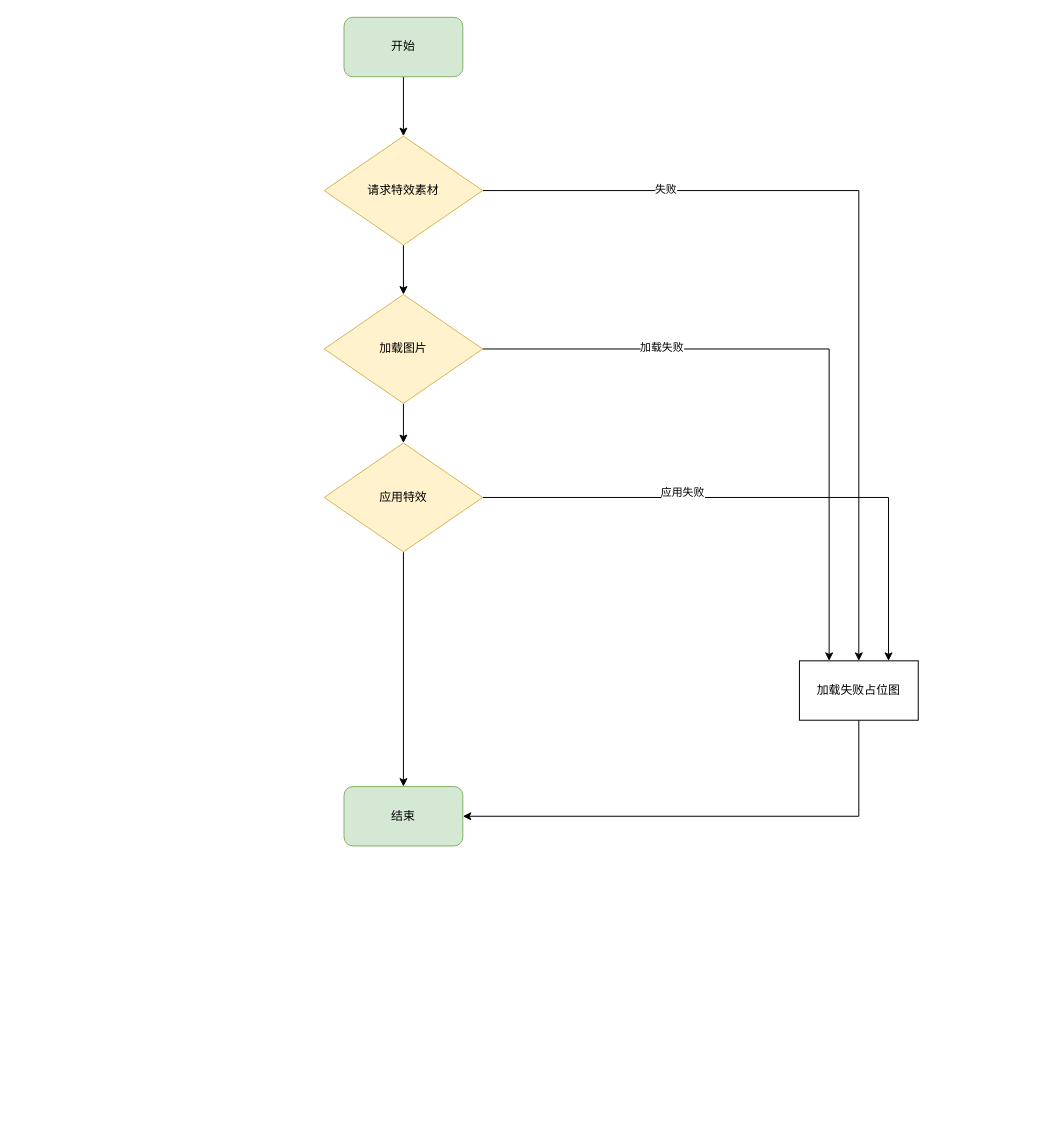
TNT-Likely/diagrams keeps this draw.io diagram as worker/图片特效实时预览.drawio. Above is the earlier version. Source tidied: cells renumbered, new cells numbered last; positions are measured from the earlier drawing's top-left corner, leaving out a move shared by most shapes. Both pictures are drawn from the tidied source at 99%, with x=0, y=0 at pixel (324, 17).
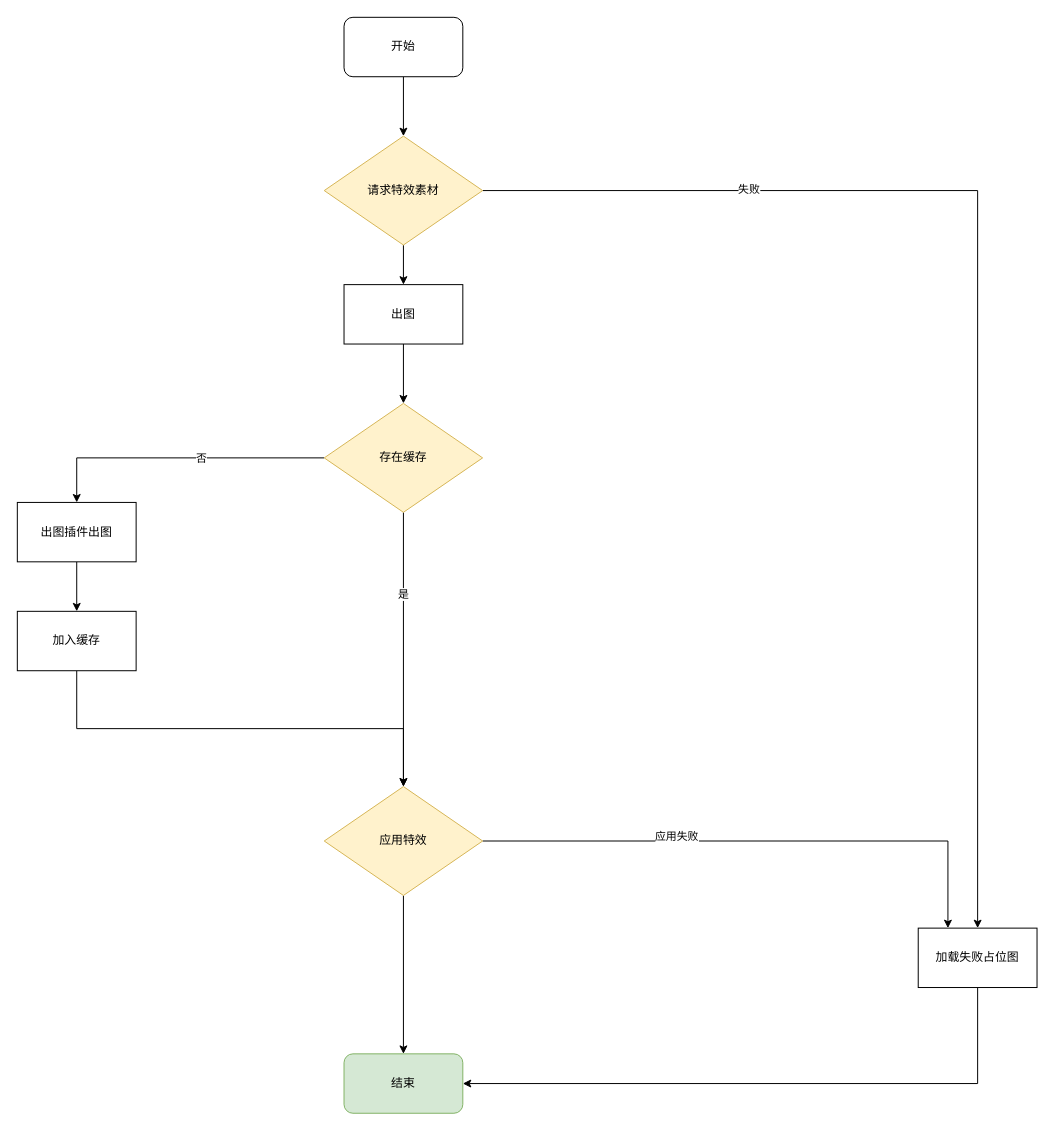
The same page after the edit.

Commit message:
更新图片特效实时预览.drawio

The change refers to these unchanged cells:
```xml
<mxCell id="7" value="请求特效素材" style="rhombus;whiteSpace=wrap;html=1;fillColor=#fff2cc;strokeColor=#d6b656;" parent="1" vertex="1">
  <mxGeometry y="120" width="160" height="110" as="geometry" />
</mxCell>
```

What changed in the source:
```diff
@@
-    <mxCell id="3" value="开始" style="rounded=1;whiteSpace=wrap;html=1;fillColor=#d5e8d4;strokeColor=#82b366;" parent="1" vertex="1">
+    <mxCell id="3" value="开始" style="rounded=1;whiteSpace=wrap;html=1;" parent="1" vertex="1">
       <mxGeometry x="20" width="120" height="60" as="geometry" />
     </mxCell>
@@
-    <mxCell id="6" style="edgeStyle=orthogonalEdgeStyle;rounded=0;jettySize=auto;html=1;exitX=0.5;exitY=1;exitDx=0;exitDy=0;entryX=0.5;entryY=0;entryDx=0;entryDy=0;" parent="1" edge="1" source="7" target="13">
-      <mxGeometry relative="1" as="geometry" />
-    </mxCell>
+    <mxCell id="19" style="edgeStyle=orthogonalEdgeStyle;rounded=0;jettySize=auto;html=1;exitX=0.5;exitY=1;exitDx=0;exitDy=0;entryX=0.5;entryY=0;entryDx=0;entryDy=0;" parent="1" edge="1" source="7" target="21">
+      <mxGeometry relative="1" as="geometry" />
+    </mxCell>
@@
     <mxCell id="9" value="加载失败占位图" style="rounded=0;whiteSpace=wrap;html=1;" parent="1" vertex="1">
-      <mxGeometry x="480" y="650" width="120" height="60" as="geometry" />
+      <mxGeometry x="600" y="920" width="120" height="60" as="geometry" />
     </mxCell>
-    <mxCell id="10" style="edgeStyle=orthogonalEdgeStyle;rounded=0;jettySize=auto;html=1;exitX=1;exitY=0.5;exitDx=0;exitDy=0;entryX=0.25;entryY=0;entryDx=0;entryDy=0;" parent="1" edge="1" source="13" target="9">
-      <mxGeometry relative="1" as="geometry" />
-    </mxCell>
-    <mxCell id="11" value="加载失败" style="edgeLabel;html=1;align=center;verticalAlign=middle;" parent="10" vertex="1">
-      <mxGeometry x="-0.46" y="2" relative="1" as="geometry" />
-    </mxCell>
-    <mxCell id="12" style="edgeStyle=orthogonalEdgeStyle;rounded=0;jettySize=auto;html=1;exitX=0.5;exitY=1;exitDx=0;exitDy=0;entryX=0.5;entryY=0;entryDx=0;entryDy=0;" parent="1" edge="1" source="13" target="17">
-      <mxGeometry relative="1" as="geometry" />
-    </mxCell>
-    <mxCell id="13" value="加载图片" style="rhombus;whiteSpace=wrap;html=1;fillColor=#fff2cc;strokeColor=#d6b656;" parent="1" vertex="1">
-      <mxGeometry y="280" width="160" height="110" as="geometry" />
-    </mxCell>
-    <mxCell id="14" style="edgeStyle=orthogonalEdgeStyle;rounded=0;jettySize=auto;html=1;exitX=1;exitY=0.5;exitDx=0;exitDy=0;entryX=0.75;entryY=0;entryDx=0;entryDy=0;" parent="1" edge="1" source="17" target="9">
-      <mxGeometry relative="1" as="geometry" />
+    <mxCell id="14" style="edgeStyle=orthogonalEdgeStyle;rounded=0;jettySize=auto;html=1;exitX=1;exitY=0.5;exitDx=0;exitDy=0;entryX=0.25;entryY=0;entryDx=0;entryDy=0;" parent="1" edge="1" source="17" target="9">
+      <mxGeometry relative="1" as="geometry">
+        <Array as="points">
+          <mxPoint x="630" y="832" />
+        </Array>
+      </mxGeometry>
     </mxCell>
@@
     <mxCell id="17" value="应用特效" style="rhombus;whiteSpace=wrap;html=1;fillColor=#fff2cc;strokeColor=#d6b656;" parent="1" vertex="1">
-      <mxGeometry y="430" width="160" height="110" as="geometry" />
+      <mxGeometry y="777" width="160" height="110" as="geometry" />
     </mxCell>
     <mxCell id="18" value="结束" style="rounded=1;whiteSpace=wrap;html=1;fillColor=#d5e8d4;strokeColor=#82b366;" parent="1" vertex="1">
-      <mxGeometry x="20" y="777" width="120" height="60" as="geometry" />
+      <mxGeometry x="20" y="1047" width="120" height="60" as="geometry" />
     </mxCell>
+    <mxCell id="20" style="edgeStyle=orthogonalEdgeStyle;rounded=0;jettySize=auto;html=1;exitX=0.5;exitY=1;exitDx=0;exitDy=0;entryX=0.5;entryY=0;entryDx=0;entryDy=0;" parent="1" edge="1" source="21" target="26">
+      <mxGeometry relative="1" as="geometry" />
+    </mxCell>
+    <mxCell id="21" value="出图" style="rounded=0;whiteSpace=wrap;html=1;" parent="1" vertex="1">
+      <mxGeometry x="20" y="270" width="120" height="60" as="geometry" />
+    </mxCell>
+    <mxCell id="22" style="edgeStyle=orthogonalEdgeStyle;rounded=0;jettySize=auto;html=1;exitX=0;exitY=0.5;exitDx=0;exitDy=0;entryX=0.5;entryY=0;entryDx=0;entryDy=0;" parent="1" edge="1" source="26" target="28">
+      <mxGeometry relative="1" as="geometry" />
+    </mxCell>
+    <mxCell id="23" value="否" style="edgeLabel;html=1;align=center;verticalAlign=middle;" parent="22" vertex="1">
+      <mxGeometry x="-0.15" relative="1" as="geometry" />
+    </mxCell>
+    <mxCell id="24" style="edgeStyle=orthogonalEdgeStyle;rounded=0;jettySize=auto;html=1;exitX=0.5;exitY=1;exitDx=0;exitDy=0;entryX=0.5;entryY=0;entryDx=0;entryDy=0;" parent="1" edge="1" source="26" target="17">
+      <mxGeometry relative="1" as="geometry" />
+    </mxCell>
+    <mxCell id="25" value="是" style="edgeLabel;html=1;align=center;verticalAlign=middle;" parent="24" vertex="1">
+      <mxGeometry x="-0.41" y="-1" relative="1" as="geometry" />
+    </mxCell>
+    <mxCell id="26" value="存在缓存" style="rhombus;whiteSpace=wrap;html=1;fillColor=#fff2cc;strokeColor=#d6b656;" parent="1" vertex="1">
+      <mxGeometry y="390" width="160" height="110" as="geometry" />
+    </mxCell>
+    <mxCell id="27" style="edgeStyle=orthogonalEdgeStyle;rounded=0;jettySize=auto;html=1;exitX=0.5;exitY=1;exitDx=0;exitDy=0;entryX=0.5;entryY=0;entryDx=0;entryDy=0;" parent="1" edge="1" source="28" target="30">
+      <mxGeometry relative="1" as="geometry" />
+    </mxCell>
+    <mxCell id="28" value="出图插件出图" style="rounded=0;whiteSpace=wrap;html=1;" parent="1" vertex="1">
+      <mxGeometry x="-310" y="490" width="120" height="60" as="geometry" />
+    </mxCell>
+    <mxCell id="29" style="edgeStyle=orthogonalEdgeStyle;rounded=0;jettySize=auto;html=1;exitX=0.5;exitY=1;exitDx=0;exitDy=0;entryX=0.5;entryY=0;entryDx=0;entryDy=0;" parent="1" edge="1" source="30" target="17">
+      <mxGeometry relative="1" as="geometry" />
+    </mxCell>
+    <mxCell id="30" value="加入缓存" style="rounded=0;whiteSpace=wrap;html=1;" parent="1" vertex="1">
+      <mxGeometry x="-310" y="600" width="120" height="60" as="geometry" />
+    </mxCell>
```
